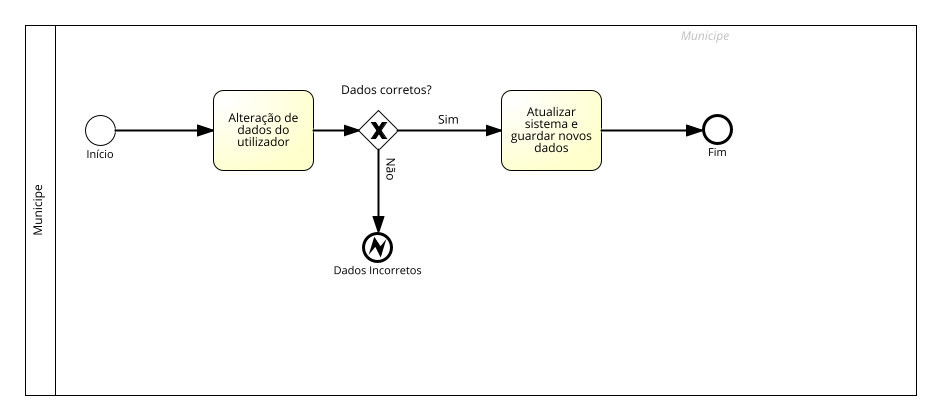
Before: BPMNs/Municipe/Images/RFM2.png, a diagram exported from BPMN (Municip-io-org/Municip.io). Its source is kept beside it as BPMNs/Municipe/RFM2.bpmn. Ids are renumbered.
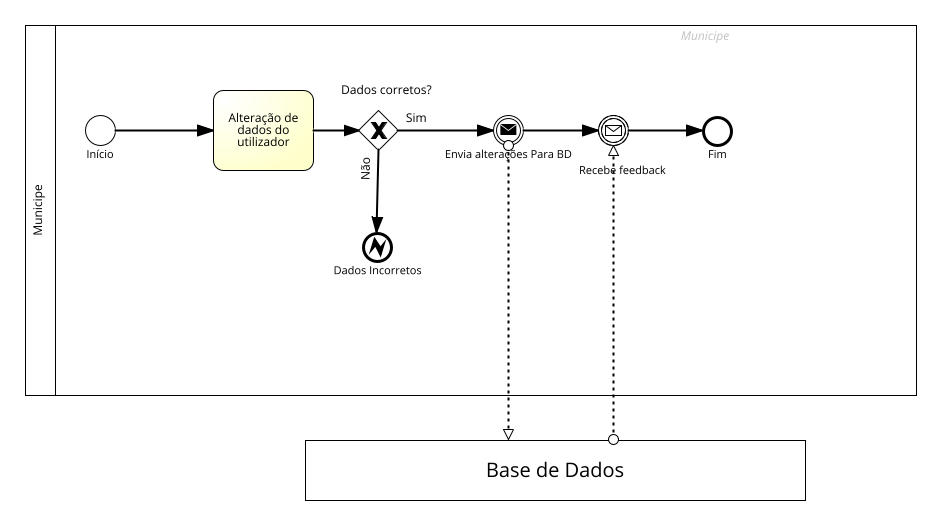
The same file after the commit.

What changed in the source:
```diff
@@ -1,12 +1,12 @@
-<?xml version="1.0" encoding="UTF-8"?><definitions xmlns="http://www.omg.org/spec/BPMN/20100524/MODEL" xmlns:bpmndi="http://www.omg.org/spec/BPMN/20100524/DI" xmlns:omgdc="http://www.omg.org/spec/DD/20100524/DC" xmlns:omgdi="http://www.omg.org/spec/DD/20100524/DI" xmlns:signavio="http://www.signavio.com" xmlns:xsi="http://www.w3.org/2001/XMLSchema-instance" exporter="Signavio Process Editor, http://www.signavio.com" exporterVersion="17.8.2" expressionLanguage="http://www.w3.org/TR/XPath" id="sid-fa47d2bf-85ed-43f0-bc99-d2daf72f5c12" targetNamespace="http://www.signavio.com" typeLanguage="http://www.w3.org/2001/XMLSchema" xsi:schemaLocation="http://www.omg.org/spec/BPMN/20100524/MODEL http://www.omg.org/spec/BPMN/2.0/20100501/BPMN20.xsd">
+<?xml version="1.0" encoding="UTF-8"?><definitions xmlns="http://www.omg.org/spec/BPMN/20100524/MODEL" xmlns:bpmndi="http://www.omg.org/spec/BPMN/20100524/DI" xmlns:omgdc="http://www.omg.org/spec/DD/20100524/DC" xmlns:omgdi="http://www.omg.org/spec/DD/20100524/DI" xmlns:signavio="http://www.signavio.com" xmlns:xsi="http://www.w3.org/2001/XMLSchema-instance" exporter="Signavio Process Editor, http://www.signavio.com" exporterVersion="17.9.0" expressionLanguage="http://www.w3.org/TR/XPath" id="sid-fa47d2bf-85ed-43f0-bc99-d2daf72f5c12" targetNamespace="http://www.signavio.com" typeLanguage="http://www.w3.org/2001/XMLSchema" xsi:schemaLocation="http://www.omg.org/spec/BPMN/20100524/MODEL http://www.omg.org/spec/BPMN/2.0/20100501/BPMN20.xsd">
    <error id="sid-470c05b0-8991-4812-8c12-0fe91312179d"/>
-   <collaboration id="sid-f4db0cc0-cc6f-4452-aa0b-4a25226add79">
+   <collaboration id="sid-5f27ef9a-ade7-4ff1-b8f3-d403247f182a">
       <extensionElements>
          <signavio:signavioDiagramMetaData metaKey="prozessreifegrad" metaValue=""/>
          <signavio:signavioDiagramMetaData metaKey="iso9000ff" metaValue=""/>
          <signavio:signavioDiagramMetaData metaKey="processgoal" metaValue=""/>
          <signavio:signavioDiagramMetaData metaKey="meta-processowner" metaValue=""/>
-         <signavio:signavioDiagramMetaData metaKey="revisionid" metaValue="03cd9c6b2a474e8dbd98e35428425c73"/>
+         <signavio:signavioDiagramMetaData metaKey="revisionid" metaValue="fda2b195b4cc430fa05f4050da2c15c3"/>
       </extensionElements>
       <participant id="sid-47474E06-7CA4-47DC-9930-68F7CBF5647E" name="Municipe" processRef="sid-00E30AA5-A3B9-4807-B34F-308683E7108A">
          <extensionElements>
@@ -14,10 +14,26 @@
             <signavio:signavioMetaData metaKey="bordercolor" metaValue="#000000"/>
          </extensionElements>
       </participant>
+      <participant id="sid-89CF3B5E-686F-431D-847B-439DAF7F9DBD" name="Base de Dados">
+         <extensionElements>
+            <signavio:signavioMetaData metaKey="bgcolor" metaValue="#ffffff"/>
+            <signavio:signavioMetaData metaKey="bordercolor" metaValue="#000000"/>
+         </extensionElements>
+      </participant>
+      <messageFlow id="sid-C2AD4AE4-7E55-4687-90AA-D1B290F13FA2" name="" sourceRef="sid-AF40CD72-4A15-43D0-B7C1-7083B3EFCFF8" targetRef="sid-89CF3B5E-686F-431D-847B-439DAF7F9DBD">
+         <extensionElements>
+            <signavio:signavioMetaData metaKey="bordercolor" metaValue="#000000"/>
+         </extensionElements>
+      </messageFlow>
+      <messageFlow id="sid-30483E89-B1CD-4F27-98A4-F433F6D0D277" name="" sourceRef="sid-89CF3B5E-686F-431D-847B-439DAF7F9DBD" targetRef="sid-DC250EB7-D5D7-4E3B-A583-5EF2216089A7">
+         <extensionElements>
+            <signavio:signavioMetaData metaKey="bordercolor" metaValue="#000000"/>
+         </extensionElements>
+      </messageFlow>
    </collaboration>
    <process id="sid-00E30AA5-A3B9-4807-B34F-308683E7108A" isClosed="false" isExecutable="false" name="Municipe" processType="None">
       <extensionElements/>
-      <laneSet id="sid-d5102c95-8786-4dd1-8bf3-3cf82cdf74bc">
+      <laneSet id="sid-5dc5ca60-e954-41df-98c1-b4947c17f52e">
          <lane id="sid-5A857C1D-DFD3-4C80-AD76-6C91975BED76">
             <extensionElements>
                <signavio:signavioMetaData metaKey="bgcolor" metaValue=""/>
@@ -26,12 +42,13 @@
             <flowNodeRef>sid-C8733E32-E495-4090-A07F-2BFD44B866A2</flowNodeRef>
             <flowNodeRef>sid-CE34C43F-AE52-41BF-8729-2DC83A79114E</flowNodeRef>
             <flowNodeRef>sid-AF868865-7778-4A4A-B1A1-5D98F41E9769</flowNodeRef>
-            <flowNodeRef>sid-16F2DE70-1F91-492A-A508-C58E2573C5F1</flowNodeRef>
             <flowNodeRef>sid-870399B9-3309-428B-89E1-F0A27EA85BAA</flowNodeRef>
             <flowNodeRef>sid-9A8956AA-DFA6-4958-B34F-AFB223D75CD6</flowNodeRef>
+            <flowNodeRef>sid-DC250EB7-D5D7-4E3B-A583-5EF2216089A7</flowNodeRef>
+            <flowNodeRef>sid-AF40CD72-4A15-43D0-B7C1-7083B3EFCFF8</flowNodeRef>
          </lane>
       </laneSet>
-      <startEvent id="sid-C8733E32-E495-4090-A07F-2BFD44B866A2" name="Início">
+      <startEvent id="sid-C8733E32-E495-4090-A07F-2BFD44B866A2" isInterrupting="true" name="Início">
          <extensionElements>
             <signavio:signavioMetaData metaKey="bgcolor" metaValue="#ffffff"/>
             <signavio:signavioMetaData metaKey="bordercolor" metaValue="#000000"/>
@@ -59,29 +76,16 @@
             <signavio:signavioLabel align="center" ref="text_name" valign="middle" x="28.0" y="-20.0"/>
          </extensionElements>
          <incoming>sid-BE3C62F1-9FF6-401E-B36A-D6070577F337</incoming>
-         <outgoing>sid-9EBB3BA2-DEE4-4AA1-9A66-70F40DAF96B9</outgoing>
          <outgoing>sid-7E7F9F0F-40CA-409A-A978-A55BAF918A5F</outgoing>
+         <outgoing>sid-EA655C54-5639-4FB7-BD59-B38EA8051949</outgoing>
       </exclusiveGateway>
-      <task completionQuantity="1" id="sid-16F2DE70-1F91-492A-A508-C58E2573C5F1" isForCompensation="false" name="Atualizar sistema e guardar novos dados" startQuantity="1">
-         <extensionElements>
-            <signavio:signavioMetaData metaKey="bgcolor" metaValue="#ffffcc"/>
-            <signavio:signavioMetaData metaKey="bordercolor" metaValue="#000000"/>
-            <signavio:signavioMetaData metaKey="erteiltfreigabe" metaValue=""/>
-            <signavio:signavioMetaData metaKey="meta-risks" metaValue=""/>
-            <signavio:signavioMetaData metaKey="wirdkonsultiert" metaValue="[]"/>
-            <signavio:signavioMetaData metaKey="externaldocuments" metaValue="[]"/>
-            <signavio:signavioMetaData metaKey="wirdinformiert" metaValue="[]"/>
-         </extensionElements>
-         <incoming>sid-9EBB3BA2-DEE4-4AA1-9A66-70F40DAF96B9</incoming>
-         <outgoing>sid-1624EC6B-C82C-4DC9-953F-240293353FAC</outgoing>
-      </task>
       <endEvent id="sid-870399B9-3309-428B-89E1-F0A27EA85BAA" name="Fim">
          <extensionElements>
             <signavio:signavioMetaData metaKey="bgcolor" metaValue="#ffffff"/>
             <signavio:signavioMetaData metaKey="bordercolor" metaValue="#000000"/>
             <signavio:signavioMetaData metaKey="nachfolgerprozesse" metaValue="[]"/>
          </extensionElements>
-         <incoming>sid-1624EC6B-C82C-4DC9-953F-240293353FAC</incoming>
+         <incoming>sid-E70A57E4-343A-4E84-8C44-D900B350C4F0</incoming>
       </endEvent>
       <endEvent id="sid-9A8956AA-DFA6-4958-B34F-AFB223D75CD6" name="Dados Incorretos">
          <extensionElements>
@@ -90,41 +94,70 @@
             <signavio:signavioMetaData metaKey="nachfolgerprozesse" metaValue="[]"/>
          </extensionElements>
          <incoming>sid-7E7F9F0F-40CA-409A-A978-A55BAF918A5F</incoming>
-         <errorEventDefinition errorRef="sid-470c05b0-8991-4812-8c12-0fe91312179d" id="sid-ee263b17-1ceb-459b-bbb8-161831deac1b"/>
+         <errorEventDefinition errorRef="sid-470c05b0-8991-4812-8c12-0fe91312179d" id="sid-13b51333-84e1-4097-9008-9b979042e761"/>
       </endEvent>
-      <sequenceFlow id="sid-D3B36A37-1EFF-49C6-AAA3-1917319BC97C" name="" sourceRef="sid-C8733E32-E495-4090-A07F-2BFD44B866A2" targetRef="sid-CE34C43F-AE52-41BF-8729-2DC83A79114E">
+      <intermediateCatchEvent id="sid-DC250EB7-D5D7-4E3B-A583-5EF2216089A7" name="Recebe feedback">
+         <extensionElements>
+            <signavio:signavioMetaData metaKey="bgcolor" metaValue="#ffffff"/>
+            <signavio:signavioMetaData metaKey="bordercolor" metaValue="#000000"/>
+            <signavio:signavioLabel ref="text_name" valign="middle" x="24.0" y="55.0"/>
+         </extensionElements>
+         <incoming>sid-0AFCBD9F-FE93-4228-AA4C-54697C74F0C8</incoming>
+         <outgoing>sid-E70A57E4-343A-4E84-8C44-D900B350C4F0</outgoing>
+         <messageEventDefinition id="sid-631941ca-a6db-4061-ab29-aaa2e97269c2"/>
+      </intermediateCatchEvent>
+      <intermediateThrowEvent id="sid-AF40CD72-4A15-43D0-B7C1-7083B3EFCFF8" name="Envia alterações Para BD">
+         <extensionElements>
+            <signavio:signavioMetaData metaKey="bgcolor" metaValue="#ffffff"/>
+            <signavio:signavioMetaData metaKey="bordercolor" metaValue="#000000"/>
+         </extensionElements>
+         <incoming>sid-EA655C54-5639-4FB7-BD59-B38EA8051949</incoming>
+         <outgoing>sid-0AFCBD9F-FE93-4228-AA4C-54697C74F0C8</outgoing>
+         <messageEventDefinition id="sid-46625d63-0092-4b51-a661-dfab646662f8"/>
+      </intermediateThrowEvent>
+      <sequenceFlow id="sid-D3B36A37-1EFF-49C6-AAA3-1917319BC97C" isImmediate="true" name="" sourceRef="sid-C8733E32-E495-4090-A07F-2BFD44B866A2" targetRef="sid-CE34C43F-AE52-41BF-8729-2DC83A79114E">
          <extensionElements>
             <signavio:signavioMetaData metaKey="bordercolor" metaValue="#000000"/>
          </extensionElements>
       </sequenceFlow>
-      <sequenceFlow id="sid-BE3C62F1-9FF6-401E-B36A-D6070577F337" name="" sourceRef="sid-CE34C43F-AE52-41BF-8729-2DC83A79114E" targetRef="sid-AF868865-7778-4A4A-B1A1-5D98F41E9769">
+      <sequenceFlow id="sid-BE3C62F1-9FF6-401E-B36A-D6070577F337" isImmediate="true" name="" sourceRef="sid-CE34C43F-AE52-41BF-8729-2DC83A79114E" targetRef="sid-AF868865-7778-4A4A-B1A1-5D98F41E9769">
          <extensionElements>
             <signavio:signavioMetaData metaKey="bordercolor" metaValue="#000000"/>
          </extensionElements>
       </sequenceFlow>
-      <sequenceFlow id="sid-1624EC6B-C82C-4DC9-953F-240293353FAC" name="" sourceRef="sid-16F2DE70-1F91-492A-A508-C58E2573C5F1" targetRef="sid-870399B9-3309-428B-89E1-F0A27EA85BAA">
+      <sequenceFlow id="sid-7E7F9F0F-40CA-409A-A978-A55BAF918A5F" isImmediate="true" name="Não" sourceRef="sid-AF868865-7778-4A4A-B1A1-5D98F41E9769" targetRef="sid-9A8956AA-DFA6-4958-B34F-AFB223D75CD6">
          <extensionElements>
             <signavio:signavioMetaData metaKey="bordercolor" metaValue="#000000"/>
          </extensionElements>
       </sequenceFlow>
-      <sequenceFlow id="sid-9EBB3BA2-DEE4-4AA1-9A66-70F40DAF96B9" name="Sim" sourceRef="sid-AF868865-7778-4A4A-B1A1-5D98F41E9769" targetRef="sid-16F2DE70-1F91-492A-A508-C58E2573C5F1">
+      <sequenceFlow id="sid-EA655C54-5639-4FB7-BD59-B38EA8051949" isImmediate="true" name="Sim" sourceRef="sid-AF868865-7778-4A4A-B1A1-5D98F41E9769" targetRef="sid-AF40CD72-4A15-43D0-B7C1-7083B3EFCFF8">
          <extensionElements>
             <signavio:signavioMetaData metaKey="bordercolor" metaValue="#000000"/>
-            <signavio:signavioLabel align="right" distance="6.631997" from="0" orientation="lr" ref="text_name" to="1" valign="bottom" x="593.7792440740726" y="205.26834670034373"/>
          </extensionElements>
       </sequenceFlow>
-      <sequenceFlow id="sid-7E7F9F0F-40CA-409A-A978-A55BAF918A5F" name="Não" sourceRef="sid-AF868865-7778-4A4A-B1A1-5D98F41E9769" targetRef="sid-9A8956AA-DFA6-4958-B34F-AFB223D75CD6">
+      <sequenceFlow id="sid-0AFCBD9F-FE93-4228-AA4C-54697C74F0C8" name="" sourceRef="sid-AF40CD72-4A15-43D0-B7C1-7083B3EFCFF8" targetRef="sid-DC250EB7-D5D7-4E3B-A583-5EF2216089A7">
+         <extensionElements>
+            <signavio:signavioMetaData metaKey="bordercolor" metaValue="#000000"/>
+         </extensionElements>
+      </sequenceFlow>
+      <sequenceFlow id="sid-E70A57E4-343A-4E84-8C44-D900B350C4F0" name="" sourceRef="sid-DC250EB7-D5D7-4E3B-A583-5EF2216089A7" targetRef="sid-870399B9-3309-428B-89E1-F0A27EA85BAA">
          <extensionElements>
             <signavio:signavioMetaData metaKey="bordercolor" metaValue="#000000"/>
          </extensionElements>
       </sequenceFlow>
    </process>
-   <bpmndi:BPMNDiagram id="sid-f66a5aad-14b4-4461-810a-c856ac20189c">
-      <bpmndi:BPMNPlane bpmnElement="sid-f4db0cc0-cc6f-4452-aa0b-4a25226add79" id="sid-71f403fe-472f-442c-860b-eb9677018817">
+   <bpmndi:BPMNDiagram id="sid-9b1f0da6-645f-4d3f-9420-f68e0e0f28ec">
+      <bpmndi:BPMNPlane bpmnElement="sid-5f27ef9a-ade7-4ff1-b8f3-d403247f182a" id="sid-cd42f5da-3d49-4661-a7ea-4d678e037d6f">
          <bpmndi:BPMNShape bpmnElement="sid-47474E06-7CA4-47DC-9930-68F7CBF5647E" id="sid-47474E06-7CA4-47DC-9930-68F7CBF5647E_gui" isHorizontal="true">
             <omgdc:Bounds height="369.9999956109308" width="891.8181711447635" x="160.0" y="100.0"/>
-            <bpmndi:BPMNLabel labelStyle="sid-e468da8d-48e2-4f51-acd1-a5c623e3b6ae">
+            <bpmndi:BPMNLabel labelStyle="sid-a2033e91-6da2-4cf9-b388-6ef58aaf8e98">
                <omgdc:Bounds height="45.514286041259766" width="12.0" x="165.0000021945346" y="262.2428547848355"/>
+            </bpmndi:BPMNLabel>
+         </bpmndi:BPMNShape>
+         <bpmndi:BPMNShape bpmnElement="sid-89CF3B5E-686F-431D-847B-439DAF7F9DBD" id="sid-89CF3B5E-686F-431D-847B-439DAF7F9DBD_gui" isHorizontal="true">
+            <omgdc:Bounds height="60.0" width="500.0" x="440.0" y="514.9999956109308"/>
+            <bpmndi:BPMNLabel labelStyle="sid-a2033e91-6da2-4cf9-b388-6ef58aaf8e98">
+               <omgdc:Bounds height="20.0" width="136.28570556640625" x="621.8571472167969" y="531.9999956109308"/>
             </bpmndi:BPMNLabel>
          </bpmndi:BPMNShape>
          <bpmndi:BPMNShape bpmnElement="sid-5A857C1D-DFD3-4C80-AD76-6C91975BED76" id="sid-5A857C1D-DFD3-4C80-AD76-6C91975BED76_gui" isHorizontal="true">
@@ -132,38 +165,44 @@
          </bpmndi:BPMNShape>
          <bpmndi:BPMNShape bpmnElement="sid-C8733E32-E495-4090-A07F-2BFD44B866A2" id="sid-C8733E32-E495-4090-A07F-2BFD44B866A2_gui">
             <omgdc:Bounds height="30.0" width="30.0" x="219.9999967217446" y="189.9999971687794"/>
-            <bpmndi:BPMNLabel labelStyle="sid-f370d70e-9e03-4fb3-b17e-99ef1c3b00ee">
+            <bpmndi:BPMNLabel labelStyle="sid-4491d47a-8e80-47c9-be35-ed8e47d1d582">
                <omgdc:Bounds height="11.0" width="29.700000762939453" x="220.14999634027487" y="221.9999971687794"/>
             </bpmndi:BPMNLabel>
          </bpmndi:BPMNShape>
          <bpmndi:BPMNShape bpmnElement="sid-CE34C43F-AE52-41BF-8729-2DC83A79114E" id="sid-CE34C43F-AE52-41BF-8729-2DC83A79114E_gui">
             <omgdc:Bounds height="80.0" width="100.0" x="348.3606537237189" y="164.9999947100879"/>
-            <bpmndi:BPMNLabel labelStyle="sid-e468da8d-48e2-4f51-acd1-a5c623e3b6ae">
+            <bpmndi:BPMNLabel labelStyle="sid-a2033e91-6da2-4cf9-b388-6ef58aaf8e98">
                <omgdc:Bounds height="36.0" width="69.42857360839844" x="363.64636691951966" y="184.9999947100879"/>
             </bpmndi:BPMNLabel>
          </bpmndi:BPMNShape>
          <bpmndi:BPMNShape bpmnElement="sid-AF868865-7778-4A4A-B1A1-5D98F41E9769" id="sid-AF868865-7778-4A4A-B1A1-5D98F41E9769_gui" isMarkerVisible="true">
             <omgdc:Bounds height="40.0" width="40.0" x="493.3606537237189" y="184.99999195337318"/>
-            <bpmndi:BPMNLabel labelStyle="sid-f370d70e-9e03-4fb3-b17e-99ef1c3b00ee">
+            <bpmndi:BPMNLabel labelStyle="sid-4491d47a-8e80-47c9-be35-ed8e47d1d582">
                <omgdc:Bounds height="12.0" width="90.25714111328125" x="476.23208316707826" y="156.99999195337318"/>
             </bpmndi:BPMNLabel>
          </bpmndi:BPMNShape>
-         <bpmndi:BPMNShape bpmnElement="sid-16F2DE70-1F91-492A-A508-C58E2573C5F1" id="sid-16F2DE70-1F91-492A-A508-C58E2573C5F1_gui">
-            <omgdc:Bounds height="80.0" width="100.0" x="636.3636130882695" y="164.99998949468173"/>
-            <bpmndi:BPMNLabel labelStyle="sid-e468da8d-48e2-4f51-acd1-a5c623e3b6ae">
-               <omgdc:Bounds height="48.0" width="79.4571533203125" x="646.6350364281133" y="178.99998949468173"/>
-            </bpmndi:BPMNLabel>
-         </bpmndi:BPMNShape>
          <bpmndi:BPMNShape bpmnElement="sid-870399B9-3309-428B-89E1-F0A27EA85BAA" id="sid-870399B9-3309-428B-89E1-F0A27EA85BAA_gui">
-            <omgdc:Bounds height="28.0" width="28.0" x="839.3665599452837" y="190.9999943226577"/>
-            <bpmndi:BPMNLabel labelStyle="sid-f370d70e-9e03-4fb3-b17e-99ef1c3b00ee">
-               <omgdc:Bounds height="11.0" width="16.97142791748047" x="844.8808459865435" y="220.9999943226577"/>
+            <omgdc:Bounds height="26.0" width="26.0" x="838.3665599452837" y="191.99999430775654"/>
+            <bpmndi:BPMNLabel labelStyle="sid-4491d47a-8e80-47c9-be35-ed8e47d1d582">
+               <omgdc:Bounds height="11.0" width="16.97142791748047" x="843.8808459865435" y="221.99999430775654"/>
             </bpmndi:BPMNLabel>
          </bpmndi:BPMNShape>
          <bpmndi:BPMNShape bpmnElement="sid-9A8956AA-DFA6-4958-B34F-AFB223D75CD6" id="sid-9A8956AA-DFA6-4958-B34F-AFB223D75CD6_gui">
-            <omgdc:Bounds height="28.09089778573093" width="28.360646282665357" x="499.54096942399804" y="309.1363466785964"/>
-            <bpmndi:BPMNLabel labelStyle="sid-f370d70e-9e03-4fb3-b17e-99ef1c3b00ee">
-               <omgdc:Bounds height="11.0" width="86.97856903076172" x="470.0516849086172" y="339.1363466785964"/>
+            <omgdc:Bounds height="26.0" width="26.0" x="498.5864183168635" y="308.18179557146186"/>
+            <bpmndi:BPMNLabel labelStyle="sid-4491d47a-8e80-47c9-be35-ed8e47d1d582">
+               <omgdc:Bounds height="11.0" width="86.97856903076172" x="469.09713380148264" y="338.18179557146186"/>
+            </bpmndi:BPMNLabel>
+         </bpmndi:BPMNShape>
+         <bpmndi:BPMNShape bpmnElement="sid-DC250EB7-D5D7-4E3B-A583-5EF2216089A7" id="sid-DC250EB7-D5D7-4E3B-A583-5EF2216089A7_gui">
+            <omgdc:Bounds height="30.0" width="30.0" x="733.3650677802278" y="189.99999433755886"/>
+            <bpmndi:BPMNLabel labelStyle="sid-4491d47a-8e80-47c9-be35-ed8e47d1d582">
+               <omgdc:Bounds height="11.0" width="82.7357177734375" x="715.9972088935091" y="237.99999433755886"/>
+            </bpmndi:BPMNLabel>
+         </bpmndi:BPMNShape>
+         <bpmndi:BPMNShape bpmnElement="sid-AF40CD72-4A15-43D0-B7C1-7083B3EFCFF8" id="sid-AF40CD72-4A15-43D0-B7C1-7083B3EFCFF8_gui">
+            <omgdc:Bounds height="30.0" width="30.0" x="628.3635974711541" y="189.99999433755886"/>
+            <bpmndi:BPMNLabel labelStyle="sid-4491d47a-8e80-47c9-be35-ed8e47d1d582">
+               <omgdc:Bounds height="11.0" width="124.4571533203125" x="581.1350208109978" y="221.99999433755886"/>
             </bpmndi:BPMNLabel>
          </bpmndi:BPMNShape>
          <bpmndi:BPMNEdge bpmnElement="sid-D3B36A37-1EFF-49C6-AAA3-1917319BC97C" id="sid-D3B36A37-1EFF-49C6-AAA3-1917319BC97C_gui">
@@ -172,31 +211,43 @@
          </bpmndi:BPMNEdge>
          <bpmndi:BPMNEdge bpmnElement="sid-BE3C62F1-9FF6-401E-B36A-D6070577F337" id="sid-BE3C62F1-9FF6-401E-B36A-D6070577F337_gui">
             <omgdi:waypoint x="448.3606537237189" y="205.2164437331551"/>
-            <omgdi:waypoint x="493.3606537237189" y="205.41124785391563"/>
+            <omgdi:waypoint x="493.3606537237189" y="205.06659250099838"/>
          </bpmndi:BPMNEdge>
-         <bpmndi:BPMNEdge bpmnElement="sid-1624EC6B-C82C-4DC9-953F-240293353FAC" id="sid-1624EC6B-C82C-4DC9-953F-240293353FAC_gui">
-            <omgdi:waypoint x="736.3636130882695" y="204.999990940158"/>
-            <omgdi:waypoint x="839.3665599452837" y="204.99999391792434"/>
-         </bpmndi:BPMNEdge>
-         <bpmndi:BPMNEdge bpmnElement="sid-9EBB3BA2-DEE4-4AA1-9A66-70F40DAF96B9" id="sid-9EBB3BA2-DEE4-4AA1-9A66-70F40DAF96B9_gui">
-            <omgdi:waypoint x="533.3606537237189" y="205.44347090596392"/>
-            <omgdi:waypoint x="636.3636130882695" y="205.14491525726962"/>
-            <bpmndi:BPMNLabel labelStyle="sid-f370d70e-9e03-4fb3-b17e-99ef1c3b00ee">
-               <omgdc:Bounds height="12.0" width="20.05712890625" x="573.702880859375" y="186.63600158691406"/>
+         <bpmndi:BPMNEdge bpmnElement="sid-7E7F9F0F-40CA-409A-A978-A55BAF918A5F" id="sid-7E7F9F0F-40CA-409A-A978-A55BAF918A5F_gui">
+            <omgdi:waypoint x="513.0552297499806" y="224.99999195337318"/>
+            <omgdi:waypoint x="511.78494389979335" y="308.18179557146186"/>
+            <bpmndi:BPMNLabel labelStyle="sid-4491d47a-8e80-47c9-be35-ed8e47d1d582">
+               <omgdc:Bounds height="21.780721149149002" width="12.328420973069228" x="492.61729005230876" y="231.93828375533153"/>
             </bpmndi:BPMNLabel>
          </bpmndi:BPMNEdge>
-         <bpmndi:BPMNEdge bpmnElement="sid-7E7F9F0F-40CA-409A-A978-A55BAF918A5F" id="sid-7E7F9F0F-40CA-409A-A978-A55BAF918A5F_gui">
-            <omgdi:waypoint x="513.8682179863766" y="224.99999195337318"/>
-            <omgdi:waypoint x="513.9008553959258" y="309.1363466785964"/>
-            <bpmndi:BPMNLabel labelStyle="sid-f370d70e-9e03-4fb3-b17e-99ef1c3b00ee">
-               <omgdc:Bounds height="21.6046270370463" width="12.008374623295822" x="521.8717426402968" y="232.98444063603935"/>
+         <bpmndi:BPMNEdge bpmnElement="sid-EA655C54-5639-4FB7-BD59-B38EA8051949" id="sid-EA655C54-5639-4FB7-BD59-B38EA8051949_gui">
+            <omgdi:waypoint x="533.3606537237189" y="204.99999232016268"/>
+            <omgdi:waypoint x="628.3635974711541" y="204.99999406246675"/>
+            <bpmndi:BPMNLabel labelStyle="sid-4491d47a-8e80-47c9-be35-ed8e47d1d582">
+               <omgdc:Bounds height="12.0" width="20.05712890625" x="540.885009765625" y="185.0"/>
             </bpmndi:BPMNLabel>
          </bpmndi:BPMNEdge>
+         <bpmndi:BPMNEdge bpmnElement="sid-0AFCBD9F-FE93-4228-AA4C-54697C74F0C8" id="sid-0AFCBD9F-FE93-4228-AA4C-54697C74F0C8_gui">
+            <omgdi:waypoint x="658.3635974711541" y="204.99999433755886"/>
+            <omgdi:waypoint x="733.3650677802278" y="204.99999433755886"/>
+         </bpmndi:BPMNEdge>
+         <bpmndi:BPMNEdge bpmnElement="sid-E70A57E4-343A-4E84-8C44-D900B350C4F0" id="sid-E70A57E4-343A-4E84-8C44-D900B350C4F0_gui">
+            <omgdi:waypoint x="763.3650677802278" y="204.99999433321878"/>
+            <omgdi:waypoint x="838.3665599452837" y="204.99999431151795"/>
+         </bpmndi:BPMNEdge>
+         <bpmndi:BPMNEdge bpmnElement="sid-C2AD4AE4-7E55-4687-90AA-D1B290F13FA2" id="sid-C2AD4AE4-7E55-4687-90AA-D1B290F13FA2_gui">
+            <omgdi:waypoint x="643.3635974711541" y="219.99999433755886"/>
+            <omgdi:waypoint x="643.3635974711541" y="514.9999956109308"/>
+         </bpmndi:BPMNEdge>
+         <bpmndi:BPMNEdge bpmnElement="sid-30483E89-B1CD-4F27-98A4-F433F6D0D277" id="sid-30483E89-B1CD-4F27-98A4-F433F6D0D277_gui">
+            <omgdi:waypoint x="748.3650677802278" y="514.9999956109308"/>
+            <omgdi:waypoint x="748.3650677802278" y="219.99999433755886"/>
+         </bpmndi:BPMNEdge>
       </bpmndi:BPMNPlane>
-      <bpmndi:BPMNLabelStyle id="sid-f370d70e-9e03-4fb3-b17e-99ef1c3b00ee">
+      <bpmndi:BPMNLabelStyle id="sid-4491d47a-8e80-47c9-be35-ed8e47d1d582">
          <omgdc:Font isBold="false" isItalic="false" isStrikeThrough="false" isUnderline="false" name="Arial" size="11.0"/>
       </bpmndi:BPMNLabelStyle>
-      <bpmndi:BPMNLabelStyle id="sid-e468da8d-48e2-4f51-acd1-a5c623e3b6ae">
+      <bpmndi:BPMNLabelStyle id="sid-a2033e91-6da2-4cf9-b388-6ef58aaf8e98">
          <omgdc:Font isBold="false" isItalic="false" isStrikeThrough="false" isUnderline="false" name="Arial" size="12.0"/>
       </bpmndi:BPMNLabelStyle>
    </bpmndi:BPMNDiagram>
```
